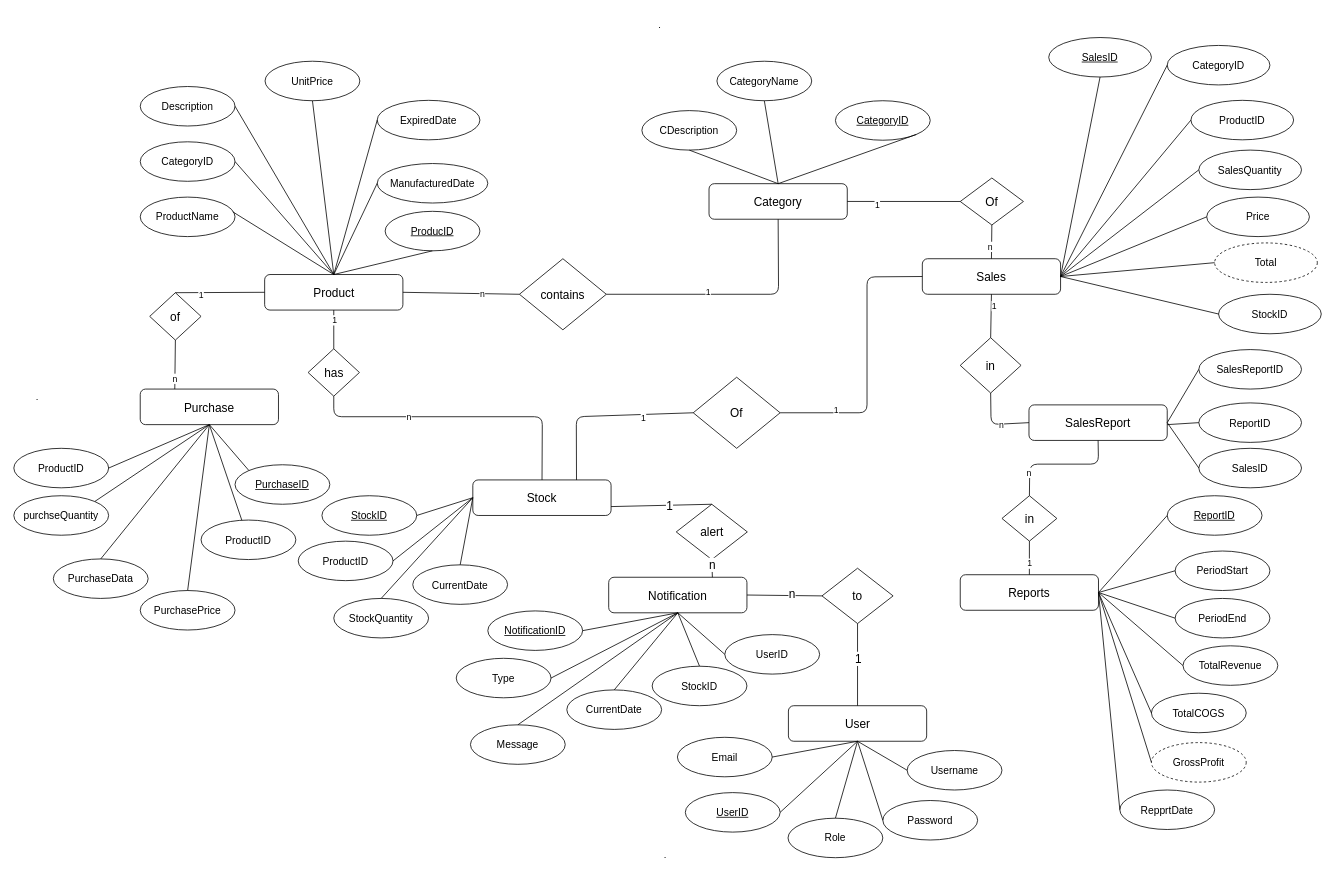
This is ErDiagram.drawio from parmilan1998/Sales_management_system, a draw.io file, before an edit. Source tidied: cells renumbered, new cells numbered last; positions are measured from the earlier drawing's top-left corner, leaving out a move shared by most shapes. Both pictures are drawn from the tidied source at 79%, with x=0, y=0 at pixel (13, 13).
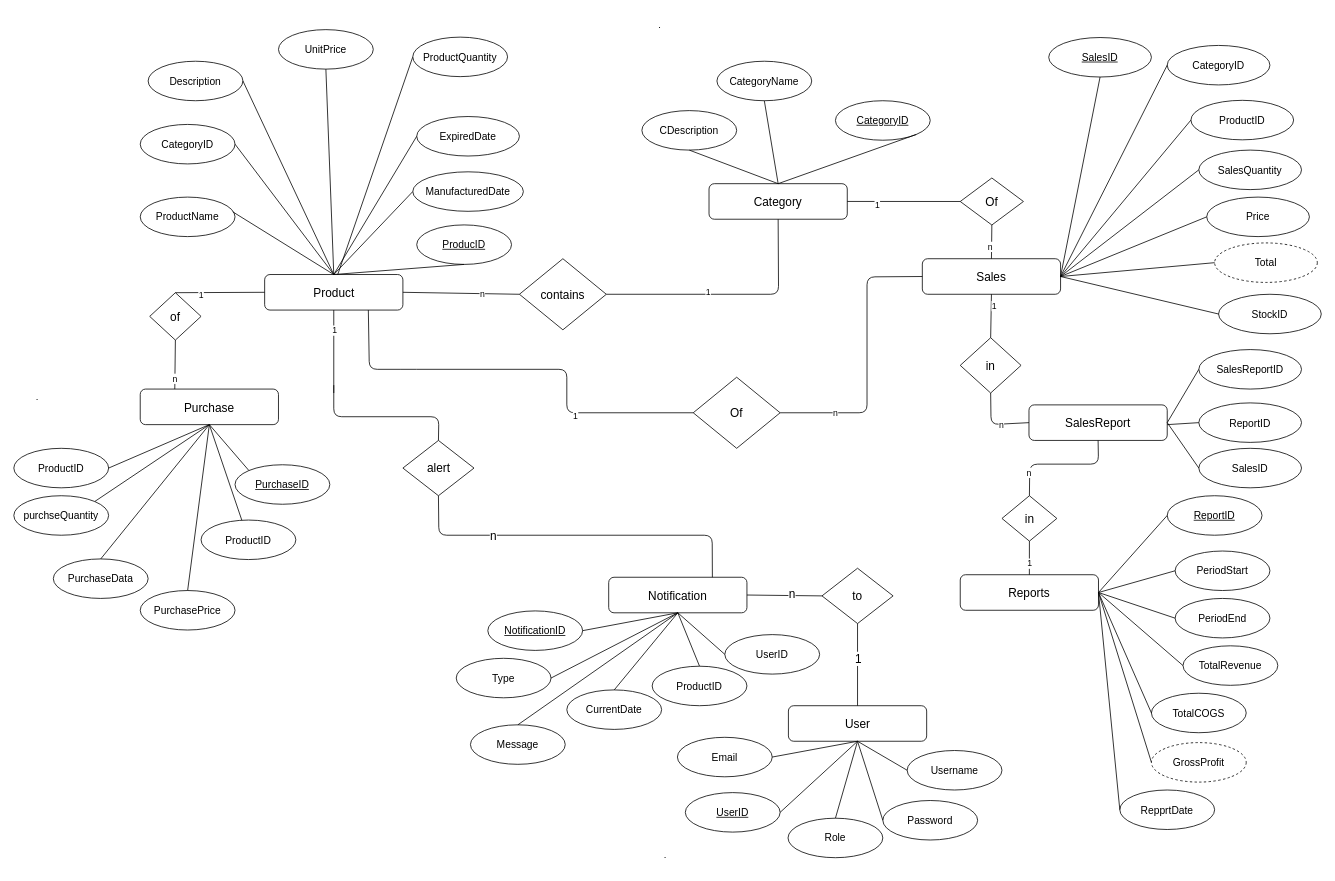
The same diagram, later.

Commit message (it also covers changes not shown here):
removed Stock Table

The change refers to these unchanged cells:
```xml
<mxCell id="8" value="Product" style="rounded=1;whiteSpace=wrap;html=1;fontSize=15;" parent="1" vertex="1">
  <mxGeometry x="317.5" y="330" width="175" height="45" as="geometry" />
</mxCell>
<mxCell id="72" value="Of" style="rhombus;whiteSpace=wrap;html=1;fontSize=15;" parent="1" vertex="1">
  <mxGeometry x="860" y="460" width="110" height="90" as="geometry" />
</mxCell>
<mxCell id="83" value="Notification" style="rounded=1;whiteSpace=wrap;html=1;fontSize=15;" parent="1" vertex="1">
  <mxGeometry x="753" y="713.2" width="175" height="45" as="geometry" />
</mxCell>
<mxCell id="113" style="endArrow=none;html=1;entryX=0;entryY=0.5;entryDx=0;entryDy=0;exitX=1;exitY=0.5;exitDx=0;exitDy=0;" parent="1" edge="1" source="72" target="10">
  <mxGeometry relative="1" as="geometry">
    <Array as="points">
      <mxPoint x="1080" y="505" />
      <mxPoint x="1080" y="333" />
    </Array>
  </mxGeometry>
</mxCell>
```

What changed in the source:
```diff
@@
-    <mxCell id="9" value="Stock" style="rounded=1;whiteSpace=wrap;html=1;fontSize=15;" parent="1" vertex="1">
-      <mxGeometry x="581" y="590" width="175" height="45" as="geometry" />
-    </mxCell>
@@
     <mxCell id="13" value="ProducID" style="ellipse;whiteSpace=wrap;html=1;fontSize=13;fontStyle=4;" parent="1" vertex="1">
-      <mxGeometry x="470" y="250" width="120" height="50" as="geometry" />
+      <mxGeometry x="510" y="267.2" width="120" height="50" as="geometry" />
     </mxCell>
     <mxCell id="14" value="CategoryID" style="ellipse;whiteSpace=wrap;html=1;fontSize=13;fontStyle=0;" parent="1" vertex="1">
-      <mxGeometry x="160" y="162" width="120" height="50" as="geometry" />
+      <mxGeometry x="160" y="140" width="120" height="50" as="geometry" />
     </mxCell>
     <mxCell id="15" value="Description" style="ellipse;whiteSpace=wrap;html=1;fontSize=13;fontStyle=0;" parent="1" vertex="1">
-      <mxGeometry x="160" y="92" width="120" height="50" as="geometry" />
+      <mxGeometry x="170" y="60" width="120" height="50" as="geometry" />
     </mxCell>
     <mxCell id="16" value="UnitPrice" style="ellipse;whiteSpace=wrap;html=1;fontSize=13;fontStyle=0;" parent="1" vertex="1">
-      <mxGeometry x="318" y="60" width="120" height="50" as="geometry" />
+      <mxGeometry x="335" y="20" width="120" height="50" as="geometry" />
     </mxCell>
     <mxCell id="17" value="ManufacturedDate" style="ellipse;whiteSpace=wrap;html=1;fontSize=13;fontStyle=0;" parent="1" vertex="1">
-      <mxGeometry x="460" y="189.5" width="140" height="50" as="geometry" />
+      <mxGeometry x="505" y="200" width="140" height="50" as="geometry" />
     </mxCell>
     <mxCell id="18" value="ExpiredDate" style="ellipse;whiteSpace=wrap;html=1;fontSize=13;fontStyle=0;" parent="1" vertex="1">
-      <mxGeometry x="460" y="109.5" width="130" height="50" as="geometry" />
+      <mxGeometry x="510" y="130" width="130" height="50" as="geometry" />
     </mxCell>
@@
-    <mxCell id="38" value="StockID" style="ellipse;whiteSpace=wrap;html=1;fontSize=13;fontStyle=4;" parent="1" vertex="1">
-      <mxGeometry x="390" y="610" width="120" height="50" as="geometry" />
-    </mxCell>
-    <mxCell id="39" value="ProductID" style="ellipse;whiteSpace=wrap;html=1;fontSize=13;fontStyle=0;" parent="1" vertex="1">
-      <mxGeometry x="360" y="667.5" width="120" height="50" as="geometry" />
-    </mxCell>
-    <mxCell id="40" value="StockQuantity" style="ellipse;whiteSpace=wrap;html=1;fontSize=13;fontStyle=0;" parent="1" vertex="1">
-      <mxGeometry x="405" y="740" width="120" height="50" as="geometry" />
-    </mxCell>
-    <mxCell id="41" value="CurrentDate" style="ellipse;whiteSpace=wrap;html=1;fontSize=13;fontStyle=0;" parent="1" vertex="1">
-      <mxGeometry x="505" y="697.5" width="120" height="50" as="geometry" />
-    </mxCell>
-    <mxCell id="42" style="endArrow=none;html=1;fontSize=15;entryX=1;entryY=0.5;entryDx=0;entryDy=0;exitX=0;exitY=0.5;exitDx=0;exitDy=0;" parent="1" edge="1" source="9" target="38">
-      <mxGeometry relative="1" as="geometry" />
-    </mxCell>
-    <mxCell id="43" style="endArrow=none;html=1;fontSize=15;exitX=0;exitY=0.5;exitDx=0;exitDy=0;entryX=1;entryY=0.5;entryDx=0;entryDy=0;" parent="1" edge="1" source="9" target="39">
-      <mxGeometry relative="1" as="geometry" />
-    </mxCell>
-    <mxCell id="44" style="endArrow=none;html=1;fontSize=15;entryX=0.5;entryY=0;entryDx=0;entryDy=0;exitX=0;exitY=0.5;exitDx=0;exitDy=0;" parent="1" edge="1" source="9" target="40">
-      <mxGeometry relative="1" as="geometry" />
+    <mxCell id="44" style="endArrow=none;html=1;fontSize=15;entryX=0;entryY=0.5;entryDx=0;entryDy=0;" parent="1" edge="1" target="156">
+      <mxGeometry relative="1" as="geometry">
+        <mxPoint x="410" y="330" as="sourcePoint" />
+      </mxGeometry>
     </mxCell>
-    <mxCell id="45" style="endArrow=none;html=1;fontSize=15;entryX=0.5;entryY=0;entryDx=0;entryDy=0;exitX=0;exitY=0.5;exitDx=0;exitDy=0;" parent="1" edge="1" source="9" target="41">
-      <mxGeometry relative="1" as="geometry" />
-    </mxCell>
@@
-    <mxCell id="99" value="StockID" style="ellipse;whiteSpace=wrap;html=1;fontSize=13;fontStyle=0;" parent="1" vertex="1">
+    <mxCell id="99" value="ProductID" style="ellipse;whiteSpace=wrap;html=1;fontSize=13;fontStyle=0;" parent="1" vertex="1">
       <mxGeometry x="808" y="825.8" width="120" height="50" as="geometry" />
     </mxCell>
@@
     <mxCell id="101" value="alert" style="rhombus;whiteSpace=wrap;html=1;fontSize=15;" parent="1" vertex="1">
-      <mxGeometry x="838.5" y="620.8" width="90" height="70" as="geometry" />
+      <mxGeometry x="492.5" y="540" width="90" height="70" as="geometry" />
     </mxCell>
-    <mxCell id="102" style="endArrow=none;html=1;fontSize=15;entryX=1;entryY=0.75;entryDx=0;entryDy=0;exitX=0.5;exitY=0;exitDx=0;exitDy=0;" parent="1" edge="1" source="101" target="9">
-      <mxGeometry relative="1" as="geometry" />
-    </mxCell>
-    <mxCell id="103" value="1" style="edgeLabel;html=1;align=center;verticalAlign=middle;fontSize=15;" parent="102" vertex="1">
-      <mxGeometry x="-0.15" relative="1" as="geometry" />
-    </mxCell>
     <mxCell id="104" style="endArrow=none;html=1;fontSize=15;entryX=0.75;entryY=0;entryDx=0;entryDy=0;exitX=0.5;exitY=1;exitDx=0;exitDy=0;" parent="1" edge="1" source="101" target="83">
-      <mxGeometry relative="1" as="geometry" />
+      <mxGeometry relative="1" as="geometry">
+        <Array as="points">
+          <mxPoint x="538" y="660" />
+          <mxPoint x="884" y="660" />
+        </Array>
+      </mxGeometry>
     </mxCell>
@@
-    <mxCell id="111" style="endArrow=none;html=1;exitX=0.75;exitY=0;exitDx=0;exitDy=0;entryX=0;entryY=0.5;entryDx=0;entryDy=0;" parent="1" edge="1" source="9" target="72">
+    <mxCell id="111" style="endArrow=none;html=1;entryX=0;entryY=0.5;entryDx=0;entryDy=0;exitX=0.75;exitY=1;exitDx=0;exitDy=0;" parent="1" edge="1" source="8" target="72">
       <mxGeometry relative="1" as="geometry">
         <Array as="points">
-          <mxPoint x="712" y="510" />
+          <mxPoint x="450" y="450" />
+          <mxPoint x="500" y="450" />
+          <mxPoint x="700" y="450" />
+          <mxPoint x="700" y="505" />
         </Array>
       </mxGeometry>
     </mxCell>
@@
-    <mxCell id="114" value="1" style="edgeLabel;html=1;align=center;verticalAlign=middle;" parent="113" vertex="1">
-      <mxGeometry x="-0.09" y="-3" relative="1" as="geometry">
-        <mxPoint x="-43" y="46" as="offset" />
-      </mxGeometry>
-    </mxCell>
-    <mxCell id="115" value="has" style="rhombus;whiteSpace=wrap;html=1;fontSize=15;" parent="1" vertex="1">
-      <mxGeometry x="372.5" y="424" width="65" height="60" as="geometry" />
-    </mxCell>
+    <mxCell id="119" value="n" style="edgeLabel;html=1;align=center;verticalAlign=middle;" parent="113" vertex="1">
+      <mxGeometry x="-0.61" relative="1" as="geometry" />
+    </mxCell>
-    <mxCell id="116" style="endArrow=none;html=1;exitX=0.5;exitY=0;exitDx=0;exitDy=0;entryX=0.5;entryY=1;entryDx=0;entryDy=0;" parent="1" edge="1" source="115" target="8">
-      <mxGeometry relative="1" as="geometry" />
+    <mxCell id="116" style="endArrow=none;html=1;entryX=0.5;entryY=1;entryDx=0;entryDy=0;" parent="1" edge="1" target="8">
+      <mxGeometry relative="1" as="geometry">
+        <mxPoint x="405" y="480" as="sourcePoint" />
+      </mxGeometry>
     </mxCell>
@@
-    <mxCell id="118" style="endArrow=none;html=1;entryX=0.5;entryY=1;entryDx=0;entryDy=0;" parent="1" edge="1" source="9" target="115">
+    <mxCell id="118" style="endArrow=none;html=1;exitX=0.5;exitY=0;exitDx=0;exitDy=0;" parent="1" edge="1" source="101">
       <mxGeometry relative="1" as="geometry">
+        <mxPoint x="405" y="470" as="targetPoint" />
         <Array as="points">
-          <mxPoint x="669" y="510" />
+          <mxPoint x="538" y="510" />
           <mxPoint x="405" y="510" />
         </Array>
       </mxGeometry>
     </mxCell>
-    <mxCell id="119" value="n" style="edgeLabel;html=1;align=center;verticalAlign=middle;" parent="118" vertex="1">
-      <mxGeometry x="0.35" relative="1" as="geometry" />
-    </mxCell>
@@
+    <mxCell id="156" value="ProductQuantity" style="ellipse;whiteSpace=wrap;html=1;fontSize=13;fontStyle=0;" parent="1" vertex="1">
+      <mxGeometry x="505" y="29.5" width="120" height="50" as="geometry" />
+    </mxCell>
```
